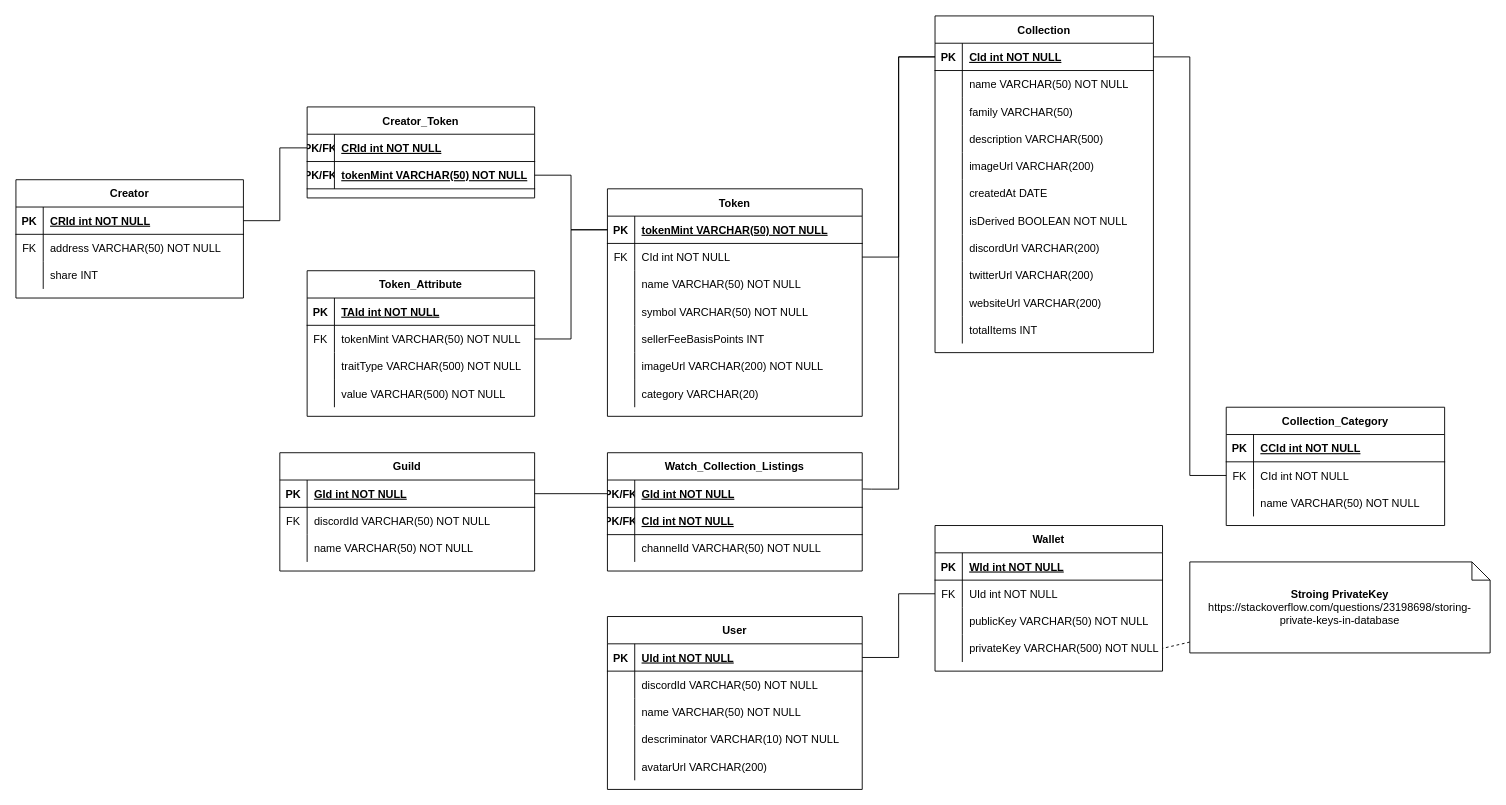
Above: static/er-diagram.drawio in bennobuilder/sollad (draw.io), before the change. Source tidied: cells renumbered, new cells numbered last; positions are measured from the earlier drawing's top-left corner, leaving out a move shared by most shapes. Both pictures are drawn from the tidied source at 91%, with x=0, y=0 at pixel (15, 15).
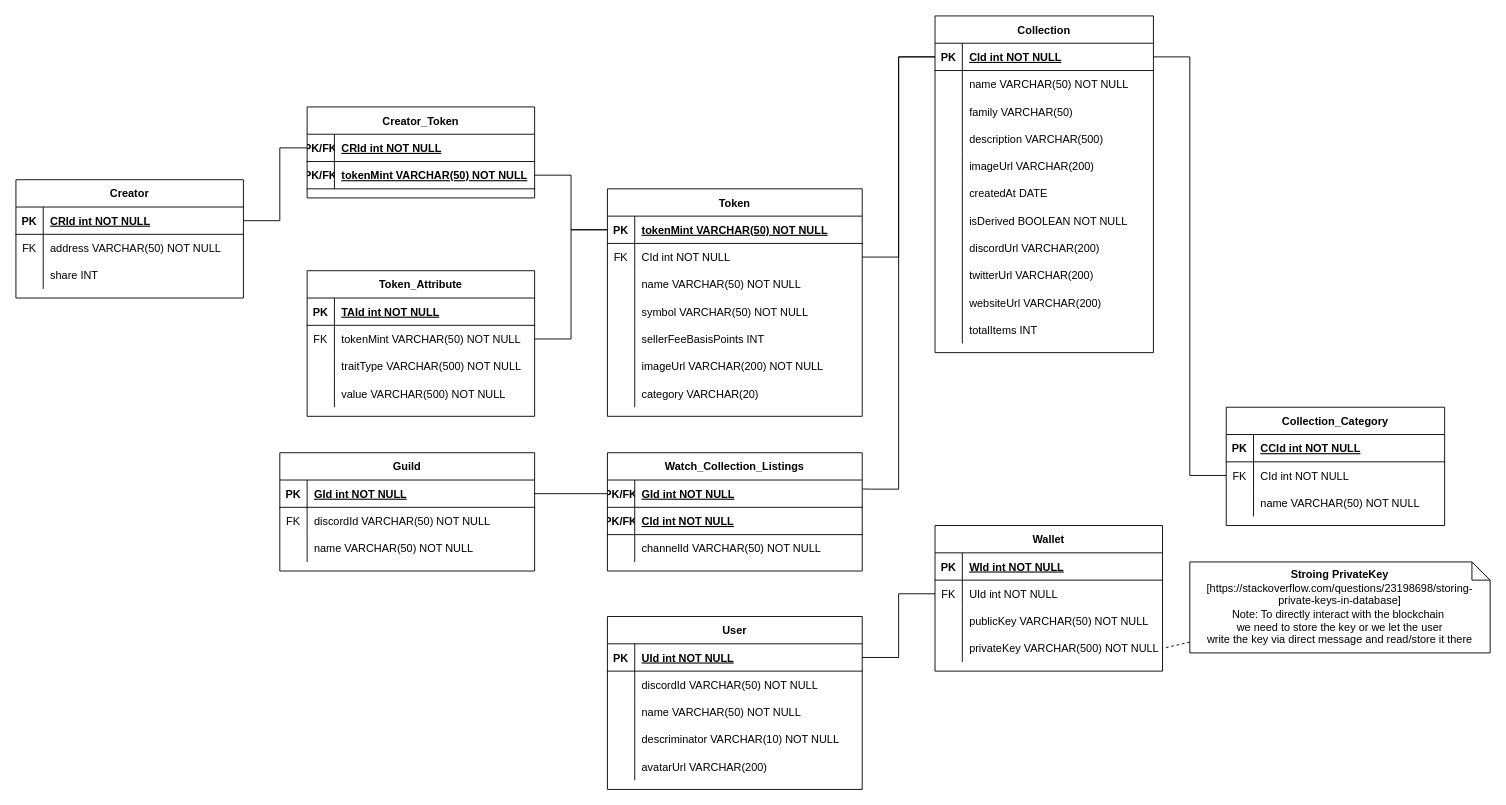
After the change.

What changed in the source:
```diff
@@
-    <mxCell id="117" value="&lt;b&gt;Stroing PrivateKey&lt;/b&gt;&lt;br&gt;https://stackoverflow.com/questions/23198698/storing-private-keys-in-database" style="shape=note;size=20;whiteSpace=wrap;html=1;" parent="1" vertex="1">
+    <mxCell id="117" value="&lt;b&gt;Stroing PrivateKey&lt;/b&gt;&lt;br&gt;[https://stackoverflow.com/questions/23198698/storing-private-keys-in-database]&lt;br&gt;Note: To directly interact with the blockchain&amp;nbsp;&lt;br&gt;we need to store the key or we let the user&lt;br&gt;write the key via direct message and read/store it there" style="shape=note;size=20;whiteSpace=wrap;html=1;" parent="1" vertex="1">
       <mxGeometry x="1290" y="600" width="330" height="100" as="geometry" />
     </mxCell>
```
